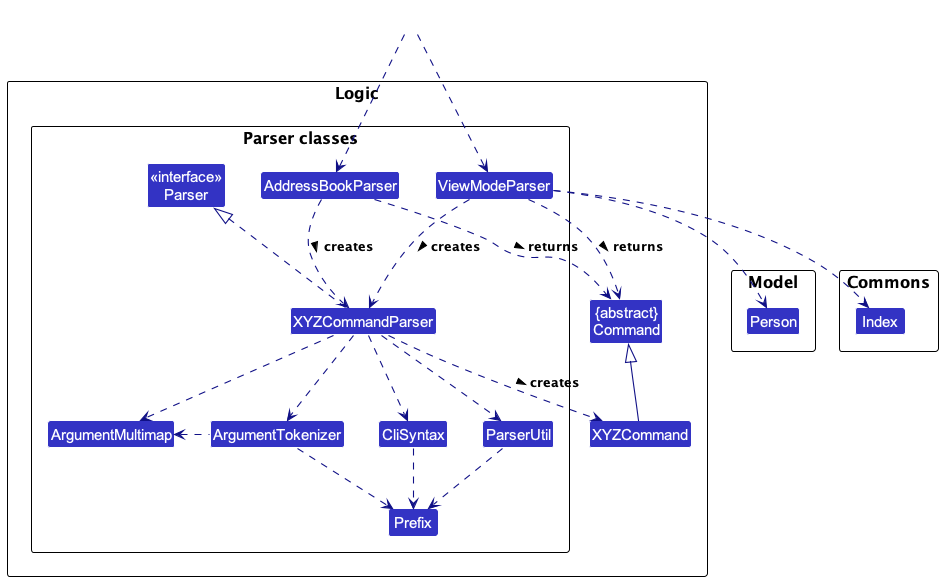
nus-cs2103-AY2324S1/tp keeps this PlantUML diagram as docs/images/ParserClasses.png. Above is the earlier version.
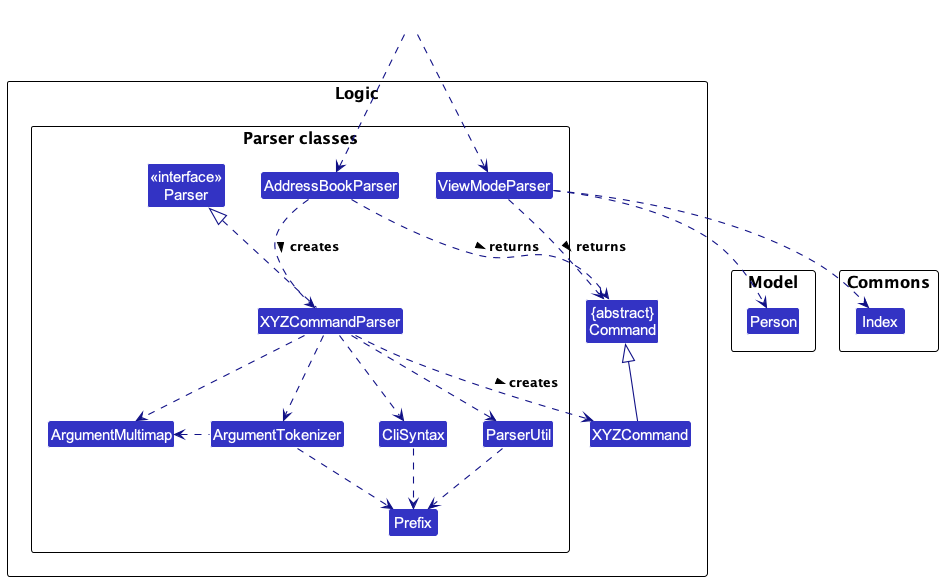
After the change.

Commit message:
Update ParserClasses diagram

Diff of the diagram source:
```diff
@@ -35,8 +35,7 @@
 HiddenOutside ..> AddressBookParser
 HiddenOutside ..> ViewModeParser
 
-AddressBookParser .down.> XYZCommandParser: creates >
-ViewModeParser .down.> XYZCommandParser: creates >
+AddressBookParser ..> XYZCommandParser: creates >
 ViewModeParser ..> Index
 ViewModeParser ..> Person
 
```
